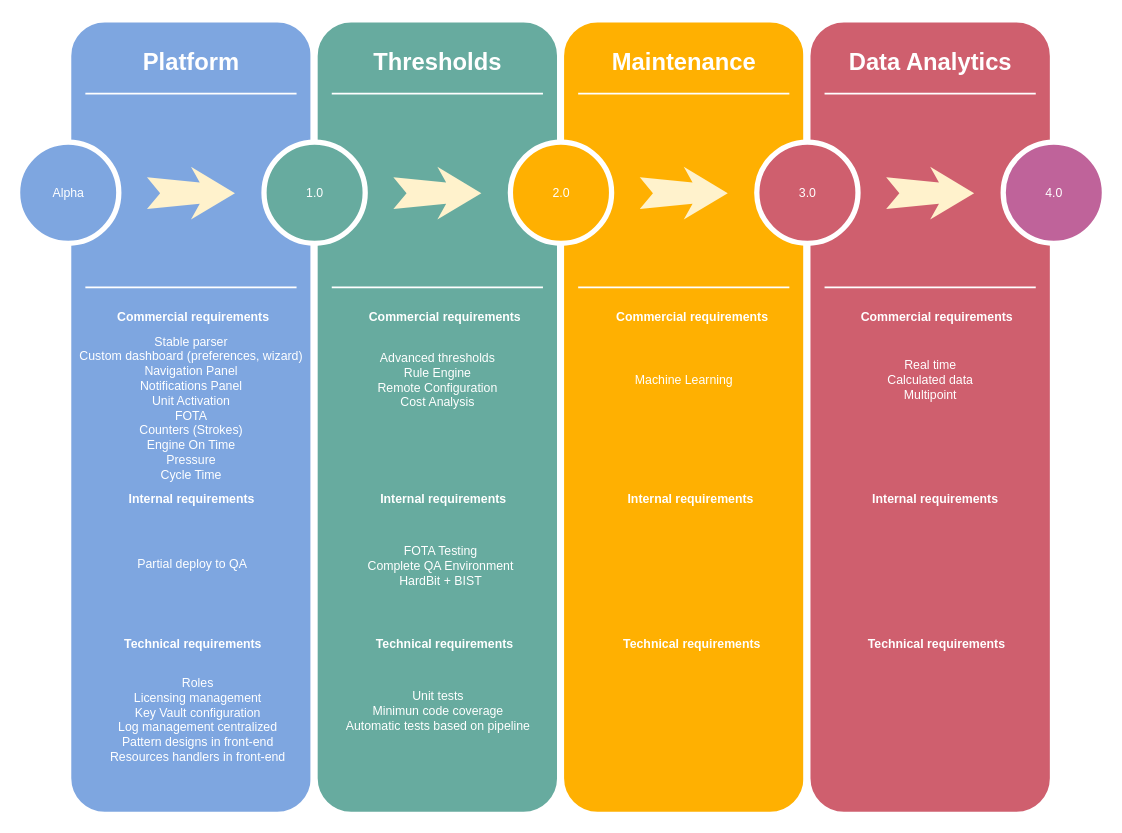
m1guel/diagrams keeps this draw.io diagram as combiq/Untitled Diagram.drawio. Above is the earlier version. Source tidied: cells renumbered, new cells numbered last; positions are measured from the earlier drawing's top-left corner, leaving out a move shared by most shapes. Both pictures are drawn from the tidied source at 88%, with x=0, y=0 at pixel (17, 18).
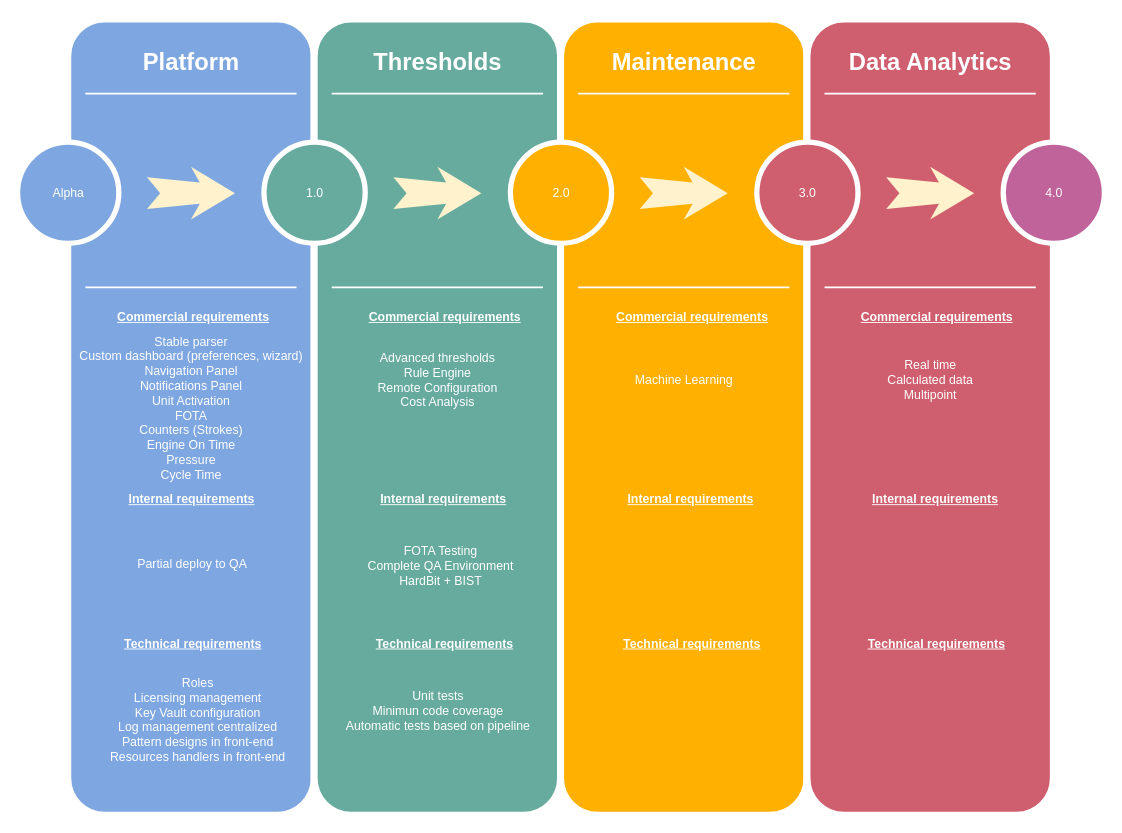
Above is the later version.

The edit, as a diff of the source:
```diff
@@
-    <mxCell id="31" value="Commercial requirements" style="text;html=1;align=left;verticalAlign=top;spacingTop=-4;fontStyle=1;fontSize=14;fontColor=#FFFFFF;" parent="1" vertex="1">
-      <mxGeometry x="111.5" y="327.5" width="150" height="20" as="geometry" />
+    <mxCell id="31" value="&lt;u&gt;Commercial requirements&lt;/u&gt;" style="text;html=1;align=left;verticalAlign=top;spacingTop=-4;fontStyle=1;fontSize=14;fontColor=#FFFFFF;" parent="1" vertex="1">
+      <mxGeometry x="111.5" y="327.5" width="180" height="20" as="geometry" />
     </mxCell>
-    <mxCell id="32" value="Commercial requirements" style="text;html=1;align=left;verticalAlign=top;spacingTop=-4;fontStyle=1;fontSize=14;fontColor=#FFFFFF;" parent="1" vertex="1">
-      <mxGeometry x="397.5" y="327.5" width="150" height="20" as="geometry" />
+    <mxCell id="32" value="&lt;u&gt;Commercial requirements&lt;/u&gt;" style="text;html=1;align=left;verticalAlign=top;spacingTop=-4;fontStyle=1;fontSize=14;fontColor=#FFFFFF;" parent="1" vertex="1">
+      <mxGeometry x="397.5" y="327.5" width="180" height="20" as="geometry" />
     </mxCell>
-    <mxCell id="33" value="Commercial requirements" style="text;html=1;align=left;verticalAlign=top;spacingTop=-4;fontStyle=1;fontSize=14;fontColor=#FFFFFF;" parent="1" vertex="1">
-      <mxGeometry x="678.5" y="327.5" width="150" height="20" as="geometry" />
+    <mxCell id="33" value="&lt;u&gt;Commercial requirements&lt;/u&gt;" style="text;html=1;align=left;verticalAlign=top;spacingTop=-4;fontStyle=1;fontSize=14;fontColor=#FFFFFF;" parent="1" vertex="1">
+      <mxGeometry x="678.5" y="327.5" width="180" height="20" as="geometry" />
     </mxCell>
-    <mxCell id="34" value="Commercial requirements" style="text;html=1;align=left;verticalAlign=top;spacingTop=-4;fontStyle=1;fontSize=14;fontColor=#FFFFFF;" parent="1" vertex="1">
-      <mxGeometry x="956.5" y="327.5" width="150" height="20" as="geometry" />
+    <mxCell id="34" value="&lt;u&gt;Commercial requirements&lt;/u&gt;" style="text;html=1;align=left;verticalAlign=top;spacingTop=-4;fontStyle=1;fontSize=14;fontColor=#FFFFFF;" parent="1" vertex="1">
+      <mxGeometry x="956.5" y="327.5" width="180" height="20" as="geometry" />
     </mxCell>
-    <mxCell id="35" value="Internal requirements" style="text;html=1;align=left;verticalAlign=top;spacingTop=-4;fontStyle=1;fontSize=14;fontColor=#FFFFFF;" parent="1" vertex="1">
+    <mxCell id="35" value="&lt;u&gt;Internal requirements&lt;/u&gt;" style="text;html=1;align=left;verticalAlign=top;spacingTop=-4;fontStyle=1;fontSize=14;fontColor=#FFFFFF;" parent="1" vertex="1">
       <mxGeometry x="124.5" y="535" width="150" height="20" as="geometry" />
     </mxCell>
-    <mxCell id="36" value="Internal requirements" style="text;html=1;align=left;verticalAlign=top;spacingTop=-4;fontStyle=1;fontSize=14;fontColor=#FFFFFF;" parent="1" vertex="1">
+    <mxCell id="36" value="&lt;u&gt;Internal requirements&lt;/u&gt;" style="text;html=1;align=left;verticalAlign=top;spacingTop=-4;fontStyle=1;fontSize=14;fontColor=#FFFFFF;" parent="1" vertex="1">
       <mxGeometry x="410.5" y="535" width="150" height="20" as="geometry" />
     </mxCell>
-    <mxCell id="37" value="Internal requirements" style="text;html=1;align=left;verticalAlign=top;spacingTop=-4;fontStyle=1;fontSize=14;fontColor=#FFFFFF;" parent="1" vertex="1">
+    <mxCell id="37" value="&lt;u&gt;Internal requirements&lt;/u&gt;" style="text;html=1;align=left;verticalAlign=top;spacingTop=-4;fontStyle=1;fontSize=14;fontColor=#FFFFFF;" parent="1" vertex="1">
       <mxGeometry x="691.5" y="535" width="150" height="20" as="geometry" />
     </mxCell>
-    <mxCell id="38" value="Internal requirements" style="text;html=1;align=left;verticalAlign=top;spacingTop=-4;fontStyle=1;fontSize=14;fontColor=#FFFFFF;" parent="1" vertex="1">
+    <mxCell id="38" value="&lt;u&gt;Internal requirements&lt;/u&gt;" style="text;html=1;align=left;verticalAlign=top;spacingTop=-4;fontStyle=1;fontSize=14;fontColor=#FFFFFF;" parent="1" vertex="1">
       <mxGeometry x="969.5" y="535" width="150" height="20" as="geometry" />
     </mxCell>
-    <mxCell id="39" value="Technical requirements" style="text;html=1;align=left;verticalAlign=top;spacingTop=-4;fontStyle=1;fontSize=14;fontColor=#FFFFFF;" parent="1" vertex="1">
+    <mxCell id="39" value="&lt;u&gt;Technical requirements&lt;/u&gt;" style="text;html=1;align=left;verticalAlign=top;spacingTop=-4;fontStyle=1;fontSize=14;fontColor=#FFFFFF;" parent="1" vertex="1">
       <mxGeometry x="119.5" y="699" width="160" height="20" as="geometry" />
     </mxCell>
-    <mxCell id="40" value="Technical requirements" style="text;html=1;align=left;verticalAlign=top;spacingTop=-4;fontStyle=1;fontSize=14;fontColor=#FFFFFF;" parent="1" vertex="1">
+    <mxCell id="40" value="&lt;u&gt;Technical requirements&lt;/u&gt;" style="text;html=1;align=left;verticalAlign=top;spacingTop=-4;fontStyle=1;fontSize=14;fontColor=#FFFFFF;" parent="1" vertex="1">
       <mxGeometry x="405.5" y="699" width="160" height="20" as="geometry" />
     </mxCell>
-    <mxCell id="41" value="Technical requirements" style="text;html=1;align=left;verticalAlign=top;spacingTop=-4;fontStyle=1;fontSize=14;fontColor=#FFFFFF;" parent="1" vertex="1">
+    <mxCell id="41" value="&lt;u&gt;Technical requirements&lt;/u&gt;" style="text;html=1;align=left;verticalAlign=top;spacingTop=-4;fontStyle=1;fontSize=14;fontColor=#FFFFFF;" parent="1" vertex="1">
       <mxGeometry x="686.5" y="699" width="160" height="20" as="geometry" />
     </mxCell>
-    <mxCell id="42" value="Technical requirements" style="text;html=1;align=left;verticalAlign=top;spacingTop=-4;fontStyle=1;fontSize=14;fontColor=#FFFFFF;" parent="1" vertex="1">
+    <mxCell id="42" value="&lt;u&gt;Technical requirements&lt;/u&gt;" style="text;html=1;align=left;verticalAlign=top;spacingTop=-4;fontStyle=1;fontSize=14;fontColor=#FFFFFF;" parent="1" vertex="1">
       <mxGeometry x="964.5" y="699" width="160" height="20" as="geometry" />
     </mxCell>
```
